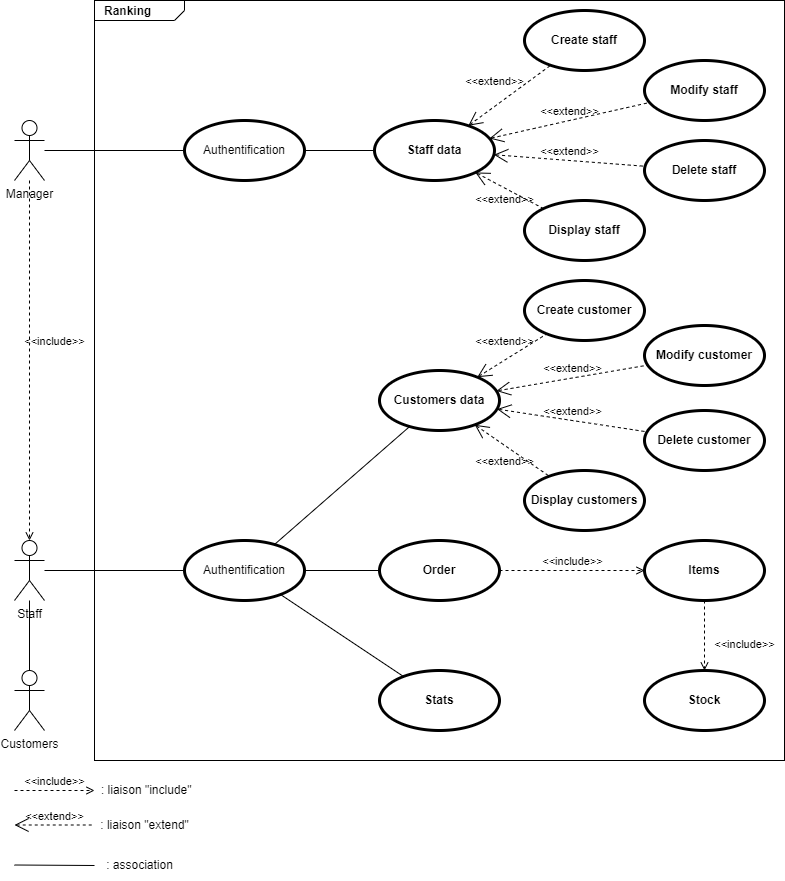
Before: Diagrammes/Diag use case.png, a diagram exported from draw.io (pierre1316/Projet-POO-CPP-CLI). Source tidied: cells renumbered, new cells last; positions are measured from the earlier drawing's top-left corner, leaving out a move shared by most shapes.
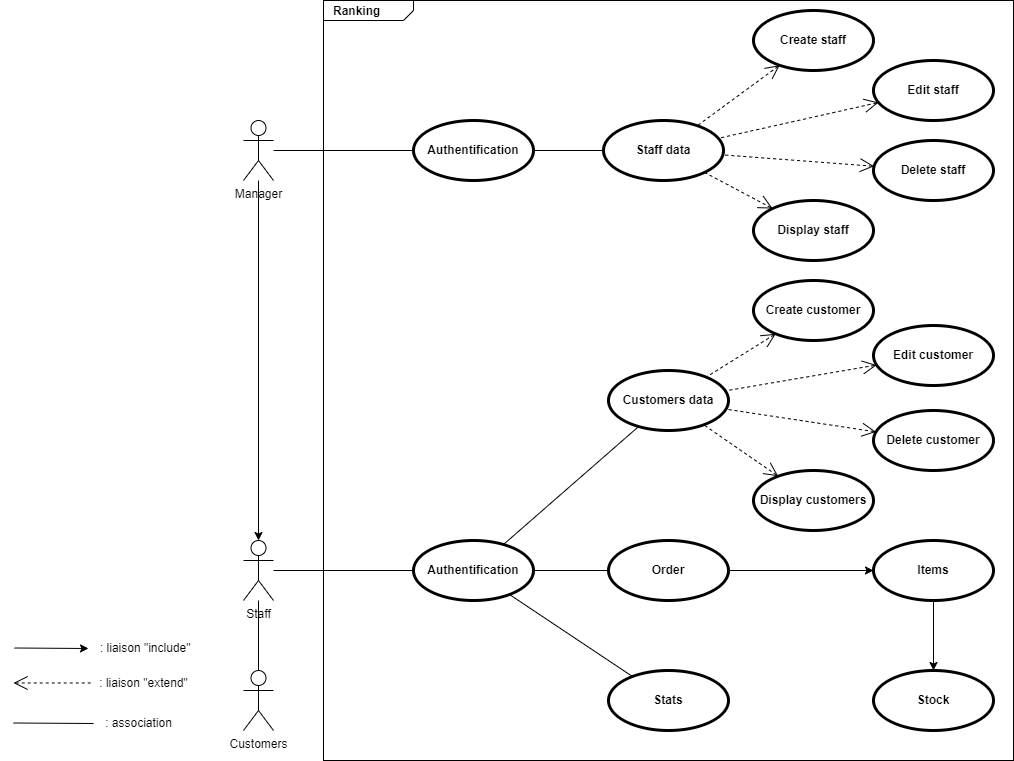
After the commit.

What changed in the source:
```diff
@@ -20,16 +20,10 @@
     <mxCell id="7" value="Stock" style="shape=ellipse;html=1;strokeWidth=3;fontStyle=1;whiteSpace=wrap;align=center;perimeter=ellipsePerimeter;fillColor=none;" parent="1" vertex="1">
       <mxGeometry x="630" y="670" width="120" height="60" as="geometry" />
     </mxCell>
-    <mxCell id="8" value="&amp;lt;&amp;lt;include&amp;gt;&amp;gt;" style="edgeStyle=none;html=1;endArrow=open;verticalAlign=bottom;dashed=1;labelBackgroundColor=none;rounded=0;" parent="1" edge="1" source="5" target="6">
-      <mxGeometry relative="1" as="geometry" />
-    </mxCell>
-    <mxCell id="9" value="&amp;lt;&amp;lt;include&amp;gt;&amp;gt;" style="edgeStyle=none;html=1;endArrow=open;verticalAlign=bottom;dashed=1;labelBackgroundColor=none;rounded=0;" parent="1" edge="1" source="6" target="7">
-      <mxGeometry x="0.5" y="40" relative="1" as="geometry" />
-    </mxCell>
     <mxCell id="10" value="Stats" style="shape=ellipse;html=1;strokeWidth=3;fontStyle=1;whiteSpace=wrap;align=center;perimeter=ellipsePerimeter;fillColor=none;" parent="1" vertex="1">
       <mxGeometry x="365" y="670" width="120" height="60" as="geometry" />
     </mxCell>
-    <mxCell id="11" value="Modify customer" style="shape=ellipse;html=1;strokeWidth=3;fontStyle=1;whiteSpace=wrap;align=center;perimeter=ellipsePerimeter;fillColor=none;" parent="1" vertex="1">
+    <mxCell id="11" value="Edit customer" style="shape=ellipse;html=1;strokeWidth=3;fontStyle=1;whiteSpace=wrap;align=center;perimeter=ellipsePerimeter;fillColor=none;" parent="1" vertex="1">
       <mxGeometry x="630" y="325" width="120" height="60" as="geometry" />
     </mxCell>
     <mxCell id="12" value="Delete customer" style="shape=ellipse;html=1;strokeWidth=3;fontStyle=1;whiteSpace=wrap;align=center;perimeter=ellipsePerimeter;fillColor=none;" parent="1" vertex="1">
@@ -41,33 +35,16 @@
     <mxCell id="14" value="Create customer" style="shape=ellipse;html=1;strokeWidth=3;fontStyle=1;whiteSpace=wrap;align=center;perimeter=ellipsePerimeter;fillColor=none;" parent="1" vertex="1">
       <mxGeometry x="510" y="280" width="120" height="60" as="geometry" />
     </mxCell>
-    <mxCell id="15" value="&amp;lt;&amp;lt;extend&amp;gt;&amp;gt;" style="edgeStyle=none;html=1;startArrow=open;endArrow=none;startSize=12;verticalAlign=bottom;dashed=1;labelBackgroundColor=none;rounded=0;" parent="1" edge="1" source="4" target="14">
-      <mxGeometry x="-0.09" y="8" relative="1" as="geometry" />
-    </mxCell>
-    <mxCell id="16" value="&amp;lt;&amp;lt;extend&amp;gt;&amp;gt;" style="edgeStyle=none;html=1;startArrow=open;endArrow=none;startSize=12;verticalAlign=bottom;dashed=1;labelBackgroundColor=none;rounded=0;" parent="1" edge="1" source="4" target="11">
-      <mxGeometry relative="1" as="geometry" />
-    </mxCell>
-    <mxCell id="17" value="&amp;lt;&amp;lt;extend&amp;gt;&amp;gt;" style="edgeStyle=none;html=1;startArrow=open;endArrow=none;startSize=12;verticalAlign=bottom;dashed=1;labelBackgroundColor=none;rounded=0;" parent="1" edge="1" source="4" target="12">
-      <mxGeometry relative="1" as="geometry" />
-    </mxCell>
-    <mxCell id="18" value="&amp;lt;&amp;lt;extend&amp;gt;&amp;gt;" style="edgeStyle=none;html=1;startArrow=open;endArrow=none;startSize=12;verticalAlign=bottom;dashed=1;labelBackgroundColor=none;rounded=0;" parent="1" edge="1" source="4" target="13">
-      <mxGeometry x="0.11" y="-21" relative="1" as="geometry">
-        <mxPoint x="1" as="offset" />
-      </mxGeometry>
-    </mxCell>
     <mxCell id="19" value="Delete staff" style="shape=ellipse;html=1;strokeWidth=3;fontStyle=1;whiteSpace=wrap;align=center;perimeter=ellipsePerimeter;fillColor=none;" parent="1" vertex="1">
       <mxGeometry x="630" y="140" width="120" height="60" as="geometry" />
     </mxCell>
     <mxCell id="20" value="Display staff" style="shape=ellipse;html=1;strokeWidth=3;fontStyle=1;whiteSpace=wrap;align=center;perimeter=ellipsePerimeter;fillColor=none;" parent="1" vertex="1">
       <mxGeometry x="510" y="200" width="120" height="60" as="geometry" />
     </mxCell>
-    <mxCell id="21" value="&amp;lt;&amp;lt;extend&amp;gt;&amp;gt;" style="edgeStyle=none;html=1;startArrow=open;endArrow=none;startSize=12;verticalAlign=bottom;dashed=1;labelBackgroundColor=none;rounded=0;" parent="1" edge="1" source="33" target="20">
-      <mxGeometry x="0.11" y="-18" relative="1" as="geometry" />
-    </mxCell>
     <mxCell id="22" value="Create staff" style="shape=ellipse;html=1;strokeWidth=3;fontStyle=1;whiteSpace=wrap;align=center;perimeter=ellipsePerimeter;fillColor=none;" parent="1" vertex="1">
       <mxGeometry x="510" y="10" width="120" height="60" as="geometry" />
     </mxCell>
-    <mxCell id="23" value="Modify staff" style="shape=ellipse;html=1;strokeWidth=3;fontStyle=1;whiteSpace=wrap;align=center;perimeter=ellipsePerimeter;fillColor=none;" parent="1" vertex="1">
+    <mxCell id="23" value="Edit staff" style="shape=ellipse;html=1;strokeWidth=3;fontStyle=1;whiteSpace=wrap;align=center;perimeter=ellipsePerimeter;fillColor=none;" parent="1" vertex="1">
       <mxGeometry x="630" y="60" width="120" height="60" as="geometry" />
     </mxCell>
     <mxCell id="24" value="Customers" style="shape=umlActor;html=1;verticalLabelPosition=bottom;verticalAlign=top;align=center;fillColor=none;" parent="1" vertex="1">
@@ -76,58 +53,25 @@
     <mxCell id="25" value="Manager" style="shape=umlActor;html=1;verticalLabelPosition=bottom;verticalAlign=top;align=center;fillColor=none;" parent="1" vertex="1">
       <mxGeometry y="120" width="30" height="60" as="geometry" />
     </mxCell>
-    <mxCell id="26" value="&amp;lt;&amp;lt;include&amp;gt;&amp;gt;" style="edgeStyle=none;html=1;endArrow=open;verticalAlign=bottom;dashed=1;labelBackgroundColor=none;rounded=0;" parent="1" edge="1">
-      <mxGeometry relative="1" as="geometry">
-        <mxPoint y="790" as="sourcePoint" />
-        <mxPoint x="80" y="790" as="targetPoint" />
-      </mxGeometry>
-    </mxCell>
     <mxCell id="27" value="&amp;nbsp;: liaison &quot;include&quot;" style="text;html=1;align=center;verticalAlign=middle;strokeColor=none;fillColor=none;" parent="1" vertex="1">
-      <mxGeometry x="70" y="775" width="120" height="30" as="geometry" />
+      <mxGeometry x="-160" y="633" width="120" height="30" as="geometry" />
     </mxCell>
-    <mxCell id="28" value="&amp;lt;&amp;lt;extend&amp;gt;&amp;gt;" style="edgeStyle=none;html=1;startArrow=open;endArrow=none;startSize=12;verticalAlign=bottom;dashed=1;labelBackgroundColor=none;rounded=0;" parent="1" edge="1">
-      <mxGeometry relative="1" as="geometry">
-        <mxPoint y="824.5" as="sourcePoint" />
-        <mxPoint x="80" y="824.5" as="targetPoint" />
-      </mxGeometry>
-    </mxCell>
     <mxCell id="29" value=": liaison &quot;extend&quot;" style="text;html=1;align=center;verticalAlign=middle;strokeColor=none;fillColor=none;" parent="1" vertex="1">
-      <mxGeometry x="75" y="810" width="110" height="30" as="geometry" />
+      <mxGeometry x="-155" y="668" width="110" height="30" as="geometry" />
     </mxCell>
     <mxCell id="30" value=": association" style="text;html=1;align=center;verticalAlign=middle;strokeColor=none;fillColor=none;" parent="1" vertex="1">
-      <mxGeometry x="80" y="850" width="90" height="30" as="geometry" />
+      <mxGeometry x="-150" y="708" width="90" height="30" as="geometry" />
     </mxCell>
     <mxCell id="31" style="edgeStyle=none;html=1;endArrow=none;verticalAlign=bottom;rounded=0;entryX=0.5;entryY=0;entryDx=0;entryDy=0;entryPerimeter=0;" parent="1" edge="1" source="3" target="24">
       <mxGeometry relative="1" as="geometry" />
     </mxCell>
-    <mxCell id="32" style="edgeStyle=none;html=1;endArrow=none;verticalAlign=bottom;rounded=0;" parent="1" edge="1">
-      <mxGeometry relative="1" as="geometry">
-        <mxPoint y="864.5" as="sourcePoint" />
-        <mxPoint x="80" y="865" as="targetPoint" />
-      </mxGeometry>
-    </mxCell>
     <mxCell id="33" value="Staff data" style="shape=ellipse;html=1;strokeWidth=3;fontStyle=1;whiteSpace=wrap;align=center;perimeter=ellipsePerimeter;fillColor=none;" parent="1" vertex="1">
       <mxGeometry x="360" y="120" width="120" height="60" as="geometry" />
     </mxCell>
-    <mxCell id="34" value="&amp;lt;&amp;lt;extend&amp;gt;&amp;gt;" style="edgeStyle=none;html=1;startArrow=open;endArrow=none;startSize=12;verticalAlign=bottom;dashed=1;labelBackgroundColor=none;rounded=0;" parent="1" edge="1" source="33">
-      <mxGeometry x="-0.18" y="13" relative="1" as="geometry">
-        <mxPoint x="536.2" y="64.8" as="targetPoint" />
-      </mxGeometry>
-    </mxCell>
-    <mxCell id="35" value="&amp;lt;&amp;lt;extend&amp;gt;&amp;gt;" style="edgeStyle=none;html=1;startArrow=open;endArrow=none;startSize=12;verticalAlign=bottom;dashed=1;labelBackgroundColor=none;rounded=0;" parent="1" edge="1" source="33">
-      <mxGeometry relative="1" as="geometry">
-        <mxPoint x="635" y="102" as="targetPoint" />
-      </mxGeometry>
-    </mxCell>
-    <mxCell id="36" value="&amp;lt;&amp;lt;extend&amp;gt;&amp;gt;" style="edgeStyle=none;html=1;startArrow=open;endArrow=none;startSize=12;verticalAlign=bottom;dashed=1;labelBackgroundColor=none;rounded=0;" parent="1" edge="1" source="33">
-      <mxGeometry relative="1" as="geometry">
-        <mxPoint x="630.6" y="165.8" as="targetPoint" />
-      </mxGeometry>
-    </mxCell>
-    <mxCell id="37" value="&lt;span style=&quot;font-weight: 400&quot;&gt;Authentification&lt;/span&gt;" style="shape=ellipse;html=1;strokeWidth=3;fontStyle=1;whiteSpace=wrap;align=center;perimeter=ellipsePerimeter;fillColor=none;" parent="1" vertex="1">
+    <mxCell id="37" value="Authentification" style="shape=ellipse;html=1;strokeWidth=3;fontStyle=1;whiteSpace=wrap;align=center;perimeter=ellipsePerimeter;fillColor=none;" parent="1" vertex="1">
       <mxGeometry x="170" y="120" width="120" height="60" as="geometry" />
     </mxCell>
-    <mxCell id="38" value="&lt;span style=&quot;font-weight: 400&quot;&gt;Authentification&lt;/span&gt;" style="shape=ellipse;html=1;strokeWidth=3;fontStyle=1;whiteSpace=wrap;align=center;perimeter=ellipsePerimeter;fillColor=none;" parent="1" vertex="1">
+    <mxCell id="38" value="Authentification" style="shape=ellipse;html=1;strokeWidth=3;fontStyle=1;whiteSpace=wrap;align=center;perimeter=ellipsePerimeter;fillColor=none;" parent="1" vertex="1">
       <mxGeometry x="170" y="540" width="120" height="60" as="geometry" />
     </mxCell>
     <mxCell id="39" style="edgeStyle=none;html=1;endArrow=none;verticalAlign=bottom;rounded=0;" parent="1" edge="1" source="3" target="38">
@@ -148,8 +92,56 @@
     <mxCell id="44" style="endArrow=none;html=1;" parent="1" edge="1" source="38" target="10">
       <mxGeometry relative="1" as="geometry" />
     </mxCell>
+    <mxCell id="46" style="edgeStyle=none;html=1;startArrow=open;endArrow=none;startSize=12;verticalAlign=bottom;dashed=1;labelBackgroundColor=none;rounded=0;" parent="1" edge="1">
+      <mxGeometry relative="1" as="geometry">
+        <mxPoint x="-230" y="682.5" as="sourcePoint" />
+        <mxPoint x="-150" y="682.5" as="targetPoint" />
+      </mxGeometry>
+    </mxCell>
+    <mxCell id="47" style="edgeStyle=none;html=1;endArrow=none;verticalAlign=bottom;rounded=0;" parent="1" edge="1">
+      <mxGeometry relative="1" as="geometry">
+        <mxPoint x="-230" y="722.5" as="sourcePoint" />
+        <mxPoint x="-150" y="723" as="targetPoint" />
+      </mxGeometry>
+    </mxCell>
+    <mxCell id="48" style="edgeStyle=none;html=1;startArrow=open;endArrow=none;startSize=12;verticalAlign=bottom;dashed=1;labelBackgroundColor=none;rounded=0;" parent="1" edge="1" source="22" target="33">
+      <mxGeometry x="-0.18" y="13" relative="1" as="geometry" />
+    </mxCell>
+    <mxCell id="49" style="edgeStyle=none;html=1;startArrow=open;endArrow=none;startSize=12;verticalAlign=bottom;dashed=1;labelBackgroundColor=none;rounded=0;" parent="1" edge="1" source="23" target="33">
+      <mxGeometry x="-0.18" y="13" relative="1" as="geometry" />
+    </mxCell>
+    <mxCell id="50" style="edgeStyle=none;html=1;startArrow=open;endArrow=none;startSize=12;verticalAlign=bottom;dashed=1;labelBackgroundColor=none;rounded=0;" parent="1" edge="1" source="19" target="33">
+      <mxGeometry x="-0.18" y="13" relative="1" as="geometry" />
+    </mxCell>
+    <mxCell id="51" style="edgeStyle=none;html=1;startArrow=open;endArrow=none;startSize=12;verticalAlign=bottom;dashed=1;labelBackgroundColor=none;rounded=0;" parent="1" edge="1" source="20" target="33">
+      <mxGeometry x="-0.18" y="13" relative="1" as="geometry" />
+    </mxCell>
+    <mxCell id="52" style="edgeStyle=none;html=1;startArrow=open;endArrow=none;startSize=12;verticalAlign=bottom;dashed=1;labelBackgroundColor=none;rounded=0;" parent="1" edge="1" source="14" target="4">
+      <mxGeometry x="-0.18" y="13" relative="1" as="geometry" />
+    </mxCell>
+    <mxCell id="53" style="edgeStyle=none;html=1;startArrow=open;endArrow=none;startSize=12;verticalAlign=bottom;dashed=1;labelBackgroundColor=none;rounded=0;" parent="1" edge="1" source="11" target="4">
+      <mxGeometry x="-0.18" y="13" relative="1" as="geometry" />
+    </mxCell>
+    <mxCell id="54" style="edgeStyle=none;html=1;startArrow=open;endArrow=none;startSize=12;verticalAlign=bottom;dashed=1;labelBackgroundColor=none;rounded=0;" parent="1" edge="1" source="12" target="4">
+      <mxGeometry x="-0.18" y="13" relative="1" as="geometry" />
+    </mxCell>
+    <mxCell id="55" style="edgeStyle=none;html=1;startArrow=open;endArrow=none;startSize=12;verticalAlign=bottom;dashed=1;labelBackgroundColor=none;rounded=0;" parent="1" edge="1" source="13" target="4">
+      <mxGeometry x="-0.18" y="13" relative="1" as="geometry" />
+    </mxCell>
+    <mxCell id="8" style="endArrow=classic;html=1;rounded=0;" parent="1" edge="1" source="5" target="6">
+      <mxGeometry relative="1" as="geometry" />
+    </mxCell>
+    <mxCell id="9" style="endArrow=classic;html=1;rounded=0;" parent="1" edge="1" source="6" target="7">
+      <mxGeometry relative="1" as="geometry" />
+    </mxCell>
+    <mxCell id="56" style="endArrow=classic;html=1;rounded=0;" parent="1" edge="1">
+      <mxGeometry relative="1" as="geometry">
+        <mxPoint x="-229" y="647.5" as="sourcePoint" />
+        <mxPoint x="-155" y="648" as="targetPoint" />
+      </mxGeometry>
+    </mxCell>
-    <mxCell id="45" value="&amp;lt;&amp;lt;include&amp;gt;&amp;gt;" style="edgeStyle=none;html=1;endArrow=open;verticalAlign=bottom;dashed=1;labelBackgroundColor=none;rounded=0;" parent="1" edge="1" source="25" target="3">
-      <mxGeometry x="-0.06" y="25" relative="1" as="geometry" />
+    <mxCell id="45" style="endArrow=classic;html=1;rounded=0;" parent="1" edge="1" source="25" target="3">
+      <mxGeometry relative="1" as="geometry" />
     </mxCell>
   </root>
 </mxGraphModel>
```
